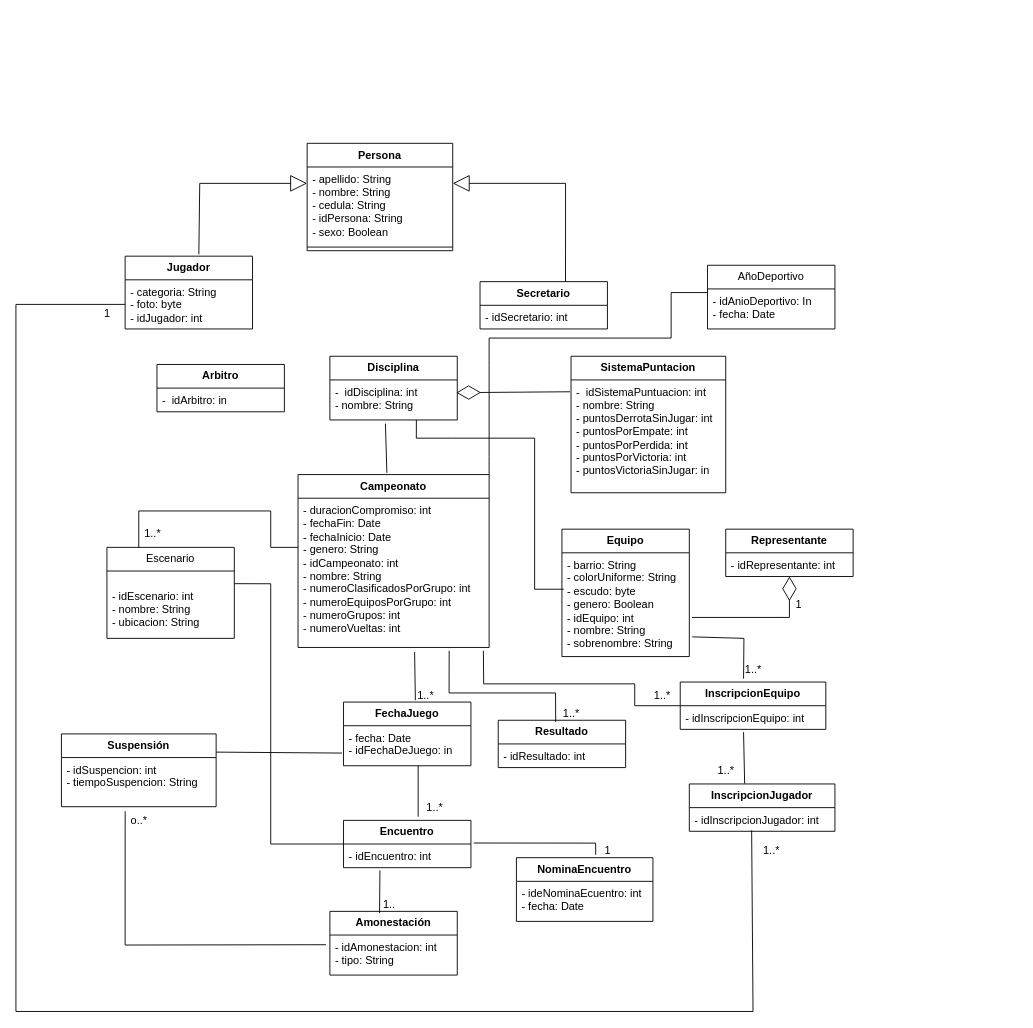
Before: Deportes_POO.drawio in Nikooll/Deportes_POO, a draw.io diagram. Source tidied: cells renumbered, new cells numbered last; positions are measured from the earlier drawing's top-left corner, leaving out a move shared by most shapes. Both pictures are drawn from the tidied source at 91%, with x=0, y=0 at pixel (15, 143).
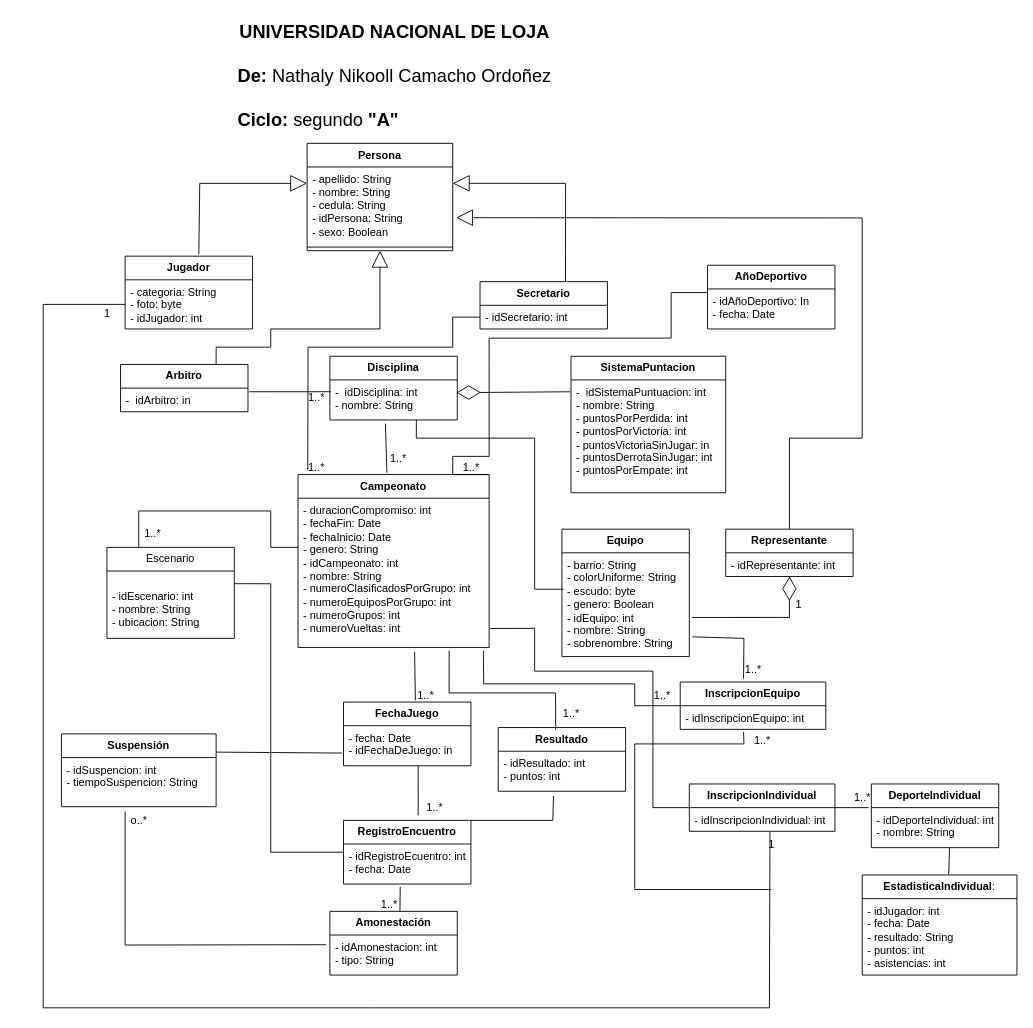
After the change.

Unchanged cells that the change refers to:
```xml
<mxCell id="2" value="Persona" style="swimlane;fontStyle=1;align=center;verticalAlign=top;horizontal=1;startSize=26;whiteSpace=wrap;html=1;" parent="1" vertex="1">
  <mxGeometry x="320" width="160" height="118" as="geometry" />
</mxCell>
<mxCell id="3" value="&lt;div&gt;- apellido: String&lt;/div&gt;&lt;div&gt;- nombre: String&lt;/div&gt;- cedula: String&lt;br&gt;- idPersona: String&lt;br&gt;- sexo: Boolean" style="text;strokeColor=none;fillColor=none;align=left;verticalAlign=top;spacingLeft=4;spacingRight=4;overflow=hidden;points=[[0,0.5],[1,0.5]];portConstraint=eastwest;whiteSpace=wrap;html=1;" parent="2" vertex="1">
  <mxGeometry y="26" width="160" height="84" as="geometry" />
</mxCell>
<mxCell id="9" value="- categoria: String&lt;br&gt;- foto: byte&lt;br&gt;- idJugador: int" style="text;strokeColor=none;fillColor=none;align=left;verticalAlign=top;spacingLeft=4;spacingRight=4;overflow=hidden;points=[[0,0.5],[1,0.5]];portConstraint=eastwest;whiteSpace=wrap;html=1;" parent="8" vertex="1">
  <mxGeometry y="26" width="140" height="54" as="geometry" />
</mxCell>
<mxCell id="11" value="- idSecretario: int" style="text;strokeColor=none;fillColor=none;align=left;verticalAlign=top;spacingLeft=4;spacingRight=4;overflow=hidden;points=[[0,0.5],[1,0.5]];portConstraint=eastwest;whiteSpace=wrap;html=1;" parent="10" vertex="1">
  <mxGeometry y="26" width="140" height="26" as="geometry" />
</mxCell>
<mxCell id="14" value="-&amp;nbsp; idDisciplina: int&lt;br&gt;- nombre: String" style="text;strokeColor=none;fillColor=none;align=left;verticalAlign=top;spacingLeft=4;spacingRight=4;overflow=hidden;points=[[0,0.5],[1,0.5]];portConstraint=eastwest;whiteSpace=wrap;html=1;" parent="13" vertex="1">
  <mxGeometry y="26" width="140" height="44" as="geometry" />
</mxCell>
<mxCell id="15" value="&lt;b&gt;SistemaPuntacion&lt;/b&gt;" style="swimlane;fontStyle=0;horizontal=1;startSize=26;fillColor=none;whiteSpace=wrap;html=1;" parent="1" vertex="1">
  <mxGeometry x="610" y="234" width="170" height="150" as="geometry" />
</mxCell>
<mxCell id="19" value="&lt;b&gt;Campeonato &lt;/b&gt;" style="swimlane;fontStyle=0;horizontal=1;startSize=26;fillColor=none;whiteSpace=wrap;html=1;" parent="1" vertex="1">
  <mxGeometry x="310" y="364" width="210" height="190" as="geometry" />
</mxCell>
<mxCell id="24" value="&lt;b&gt;Representante&lt;/b&gt;" style="swimlane;fontStyle=0;horizontal=1;startSize=26;fillColor=none;whiteSpace=wrap;html=1;" parent="1" vertex="1">
  <mxGeometry x="780" y="424" width="140" height="52" as="geometry" />
</mxCell>
<mxCell id="36" value="- idInscripcionEquipo: int" style="text;strokeColor=none;fillColor=none;align=left;verticalAlign=top;spacingLeft=4;spacingRight=4;overflow=hidden;points=[[0,0.5],[1,0.5]];portConstraint=eastwest;whiteSpace=wrap;html=1;" parent="35" vertex="1">
  <mxGeometry y="26" width="160" height="26" as="geometry" />
</mxCell>
<mxCell id="55" value="&lt;b&gt;Amonestación&lt;/b&gt;" style="swimlane;fontStyle=0;horizontal=1;startSize=26;fillColor=none;whiteSpace=wrap;html=1;" parent="1" vertex="1">
  <mxGeometry x="345" y="844" width="140" height="70" as="geometry" />
</mxCell>
```

Change to the diagram source:
```diff
@@
     <mxCell id="6" value="&lt;b&gt;Arbitro&lt;/b&gt;" style="swimlane;fontStyle=0;horizontal=1;startSize=26;fillColor=none;whiteSpace=wrap;html=1;" parent="1" vertex="1">
-      <mxGeometry x="155" y="243" width="140" height="52" as="geometry" />
+      <mxGeometry x="115" y="243" width="140" height="52" as="geometry" />
     </mxCell>
@@
-    <mxCell id="16" value="-&amp;nbsp; idSistemaPuntuacion: int&lt;br&gt;- nombre: String&lt;br&gt;- puntosDerrotaSinJugar: int&lt;br&gt;- puntosPorEmpate: int&lt;br&gt;- puntosPorPerdida: int&lt;br&gt;- puntosPorVictoria: int&lt;br&gt;- puntosVictoriaSinJugar: in" style="text;strokeColor=none;fillColor=none;align=left;verticalAlign=top;spacingLeft=4;spacingRight=4;overflow=hidden;points=[[0,0.5],[1,0.5]];portConstraint=eastwest;whiteSpace=wrap;html=1;" parent="15" vertex="1">
+    <mxCell id="16" value="-&amp;nbsp; idSistemaPuntuacion: int&lt;br&gt;- nombre: String&lt;br&gt;- puntosPorPerdida: int&lt;br&gt;- puntosPorVictoria: int&lt;br&gt;&lt;div&gt;- puntosVictoriaSinJugar: in&lt;/div&gt;&lt;div&gt;- puntosDerrotaSinJugar: int&lt;br&gt;- puntosPorEmpate: int&lt;/div&gt;" style="text;strokeColor=none;fillColor=none;align=left;verticalAlign=top;spacingLeft=4;spacingRight=4;overflow=hidden;points=[[0,0.5],[1,0.5]];portConstraint=eastwest;whiteSpace=wrap;html=1;" parent="15" vertex="1">
       <mxGeometry y="26" width="170" height="124" as="geometry" />
     </mxCell>
@@
-    <mxCell id="20" value="- duracionCompromiso: int&lt;br&gt;- fechaFin: Date&lt;br&gt;- fechaInicio: Date&lt;br&gt;- genero: String&lt;br&gt;- idCampeonato: int&lt;br&gt;- nombre: String&lt;br&gt;- numeroClasificadosPorGrupo: int&lt;br&gt;- numeroEquiposPorGrupo: int&lt;br&gt;- numeroGrupos: int&lt;br&gt;- numeroVueltas: int" style="text;strokeColor=none;fillColor=none;align=left;verticalAlign=top;spacingLeft=4;spacingRight=4;overflow=hidden;points=[[0,0.5],[1,0.5]];portConstraint=eastwest;whiteSpace=wrap;html=1;" parent="19" vertex="1">
+    <mxCell id="20" value="- duracionCompromiso: int&lt;br&gt;- fechaFin: Date&lt;br&gt;- fechaInicio: Date&lt;br&gt;- genero: String&lt;br&gt;- idCampeonato: int&lt;br&gt;- nombre: String&lt;br&gt;- numeroClasificadosPorGrupo: int&lt;br&gt;- numeroEquiposPorGrupo: int&lt;br&gt;- numeroGrupos: int&lt;br&gt;&lt;div&gt;- numeroVueltas: int&lt;/div&gt;" style="text;strokeColor=none;fillColor=none;align=left;verticalAlign=top;spacingLeft=4;spacingRight=4;overflow=hidden;points=[[0,0.5],[1,0.5]];portConstraint=eastwest;whiteSpace=wrap;html=1;" parent="19" vertex="1">
       <mxGeometry y="26" width="210" height="164" as="geometry" />
     </mxCell>
@@
     <mxCell id="31" value="&lt;b&gt;Resultado&lt;/b&gt;" style="swimlane;fontStyle=0;horizontal=1;startSize=26;fillColor=none;whiteSpace=wrap;html=1;" parent="1" vertex="1">
-      <mxGeometry x="530" y="634" width="140" height="52" as="geometry" />
+      <mxGeometry x="530" y="642" width="140" height="70" as="geometry" />
     </mxCell>
-    <mxCell id="32" value="- idResultado: int" style="text;strokeColor=none;fillColor=none;align=left;verticalAlign=top;spacingLeft=4;spacingRight=4;overflow=hidden;points=[[0,0.5],[1,0.5]];portConstraint=eastwest;whiteSpace=wrap;html=1;" parent="31" vertex="1">
-      <mxGeometry y="26" width="140" height="26" as="geometry" />
+    <mxCell id="32" value="&lt;div&gt;- idResultado: int&lt;/div&gt;&lt;div&gt;- puntos: int&lt;/div&gt;" style="text;strokeColor=none;fillColor=none;align=left;verticalAlign=top;spacingLeft=4;spacingRight=4;overflow=hidden;points=[[0,0.5],[1,0.5]];portConstraint=eastwest;whiteSpace=wrap;html=1;" parent="31" vertex="1">
+      <mxGeometry y="26" width="140" height="44" as="geometry" />
     </mxCell>
@@
-    <mxCell id="42" value="&lt;b&gt;InscripcionJugador&lt;/b&gt;" style="swimlane;fontStyle=0;horizontal=1;startSize=26;fillColor=none;whiteSpace=wrap;html=1;" parent="1" vertex="1">
+    <mxCell id="42" value="&lt;b&gt;InscripcionIndividual&lt;/b&gt;" style="swimlane;fontStyle=0;horizontal=1;startSize=26;fillColor=none;whiteSpace=wrap;html=1;" parent="1" vertex="1">
       <mxGeometry x="740" y="704" width="160" height="52" as="geometry" />
     </mxCell>
-    <mxCell id="43" value="- idInscripcionJugador: int" style="text;strokeColor=none;fillColor=none;align=left;verticalAlign=top;spacingLeft=4;spacingRight=4;overflow=hidden;points=[[0,0.5],[1,0.5]];portConstraint=eastwest;whiteSpace=wrap;html=1;" parent="42" vertex="1">
+    <mxCell id="43" value="- idInscripcionIndividual: int" style="text;strokeColor=none;fillColor=none;align=left;verticalAlign=top;spacingLeft=4;spacingRight=4;overflow=hidden;points=[[0,0.5],[1,0.5]];portConstraint=eastwest;whiteSpace=wrap;html=1;" parent="42" vertex="1">
       <mxGeometry y="26" width="160" height="26" as="geometry" />
     </mxCell>
-    <mxCell id="44" style="endArrow=none;html=1;rounded=0;exitX=0.38;exitY=-0.009;exitDx=0;exitDy=0;exitPerimeter=0;entryX=0.435;entryY=1.118;entryDx=0;entryDy=0;entryPerimeter=0;" parent="1" edge="1" source="42" target="36">
-      <mxGeometry relative="1" as="geometry" />
+    <mxCell id="44" style="endArrow=none;html=1;rounded=0;entryX=0.435;entryY=1.118;entryDx=0;entryDy=0;entryPerimeter=0;" parent="1" edge="1" target="36">
+      <mxGeometry relative="1" as="geometry">
+        <mxPoint x="830" y="820" as="sourcePoint" />
+        <Array as="points">
+          <mxPoint x="680" y="820" />
+          <mxPoint x="680" y="660" />
+          <mxPoint x="800" y="660" />
+        </Array>
+      </mxGeometry>
     </mxCell>
     <mxCell id="45" value="1..*" style="text;html=1;align=center;verticalAlign=middle;strokeColor=none;fillColor=none;" parent="1" vertex="1">
-      <mxGeometry x="760" y="674" width="40" height="30" as="geometry" />
+      <mxGeometry x="800" y="642" width="40" height="30" as="geometry" />
     </mxCell>
-    <mxCell id="46" value="&lt;b&gt;Encuentro&lt;/b&gt;" style="swimlane;fontStyle=0;horizontal=1;startSize=26;fillColor=none;whiteSpace=wrap;html=1;" parent="1" vertex="1">
-      <mxGeometry x="360" y="744" width="140" height="52" as="geometry" />
+    <mxCell id="46" value="&lt;b&gt;RegistroEncuentro&lt;/b&gt;" style="swimlane;fontStyle=0;horizontal=1;startSize=26;fillColor=none;whiteSpace=wrap;html=1;" parent="1" vertex="1">
+      <mxGeometry x="360" y="744" width="140" height="70" as="geometry" />
     </mxCell>
-    <mxCell id="47" value="- idEncuentro: int" style="text;strokeColor=none;fillColor=none;align=left;verticalAlign=top;spacingLeft=4;spacingRight=4;overflow=hidden;points=[[0,0.5],[1,0.5]];portConstraint=eastwest;whiteSpace=wrap;html=1;" parent="46" vertex="1">
-      <mxGeometry y="26" width="140" height="26" as="geometry" />
+    <mxCell id="47" value="- idRegistroEcuentro: int&lt;br&gt;- fecha: Date " style="text;strokeColor=none;fillColor=none;align=left;verticalAlign=top;spacingLeft=4;spacingRight=4;overflow=hidden;points=[[0,0.5],[1,0.5]];portConstraint=eastwest;whiteSpace=wrap;html=1;" parent="46" vertex="1">
+      <mxGeometry y="26" width="140" height="44" as="geometry" />
     </mxCell>
@@
     <mxCell id="54" style="endArrow=none;html=1;rounded=0;exitX=1.023;exitY=0.215;exitDx=0;exitDy=0;exitPerimeter=0;entryX=0;entryY=0.5;entryDx=0;entryDy=0;" parent="1" edge="1" target="46">
       <mxGeometry relative="1" as="geometry">
         <mxPoint x="240" y="483.9" as="sourcePoint" />
         <Array as="points">
           <mxPoint x="280" y="484" />
-          <mxPoint x="280" y="770" />
+          <mxPoint x="280" y="779" />
         </Array>
       </mxGeometry>
     </mxCell>
@@
-    <mxCell id="57" style="endArrow=none;html=1;rounded=0;exitX=0.39;exitY=0.027;exitDx=0;exitDy=0;exitPerimeter=0;" parent="1" edge="1" source="55">
+    <mxCell id="57" style="endArrow=none;html=1;rounded=0;entryX=0.445;entryY=1.064;entryDx=0;entryDy=0;entryPerimeter=0;" parent="1" edge="1" target="47">
       <mxGeometry relative="1" as="geometry">
-        <mxPoint x="400" y="799" as="targetPoint" />
+        <mxPoint x="422" y="844" as="sourcePoint" />
       </mxGeometry>
     </mxCell>
-    <mxCell id="58" value="1.." style="text;html=1;align=center;verticalAlign=middle;strokeColor=none;fillColor=none;" parent="1" vertex="1">
+    <mxCell id="58" value="1..*" style="text;html=1;align=center;verticalAlign=middle;strokeColor=none;fillColor=none;" parent="1" vertex="1">
       <mxGeometry x="390" y="822" width="40" height="30" as="geometry" />
     </mxCell>
@@
-    <mxCell id="64" value="&lt;b&gt;NominaEncuentro&lt;/b&gt;" style="swimlane;fontStyle=0;horizontal=1;startSize=26;fillColor=none;whiteSpace=wrap;html=1;" parent="1" vertex="1">
-      <mxGeometry x="550" y="785" width="150" height="70" as="geometry" />
-    </mxCell>
-    <mxCell id="65" value="- ideNominaEcuentro: int&lt;br&gt;- fecha: Date " style="text;strokeColor=none;fillColor=none;align=left;verticalAlign=top;spacingLeft=4;spacingRight=4;overflow=hidden;whiteSpace=wrap;html=1;" parent="64" vertex="1">
-      <mxGeometry y="26" width="150" height="44" as="geometry" />
-    </mxCell>
-    <mxCell id="66" style="endArrow=none;html=1;rounded=0;exitX=1.022;exitY=-0.043;exitDx=0;exitDy=0;exitPerimeter=0;entryX=0.581;entryY=-0.045;entryDx=0;entryDy=0;entryPerimeter=0;" parent="1" edge="1" source="47" target="64">
-      <mxGeometry relative="1" as="geometry">
-        <Array as="points">
-          <mxPoint x="637" y="769" />
-        </Array>
-      </mxGeometry>
-    </mxCell>
-    <mxCell id="67" value="1" style="text;html=1;align=center;verticalAlign=middle;strokeColor=none;fillColor=none;" parent="1" vertex="1">
-      <mxGeometry x="635" y="762" width="30" height="30" as="geometry" />
-    </mxCell>
-    <mxCell id="68" value="AñoDeportivo" style="swimlane;fontStyle=0;horizontal=1;startSize=26;fillColor=none;whiteSpace=wrap;html=1;" parent="1" vertex="1">
+    <mxCell id="68" value="&lt;b&gt;AñoDeportivo&lt;/b&gt;" style="swimlane;fontStyle=0;horizontal=1;startSize=26;fillColor=none;whiteSpace=wrap;html=1;" parent="1" vertex="1">
       <mxGeometry x="760" y="134" width="140" height="70" as="geometry" />
     </mxCell>
-    <mxCell id="69" value="&lt;div&gt;- idAnioDeportivo: In&lt;/div&gt;&lt;div&gt;- fecha: Date&lt;b&gt;&lt;br&gt;&lt;/b&gt;&lt;/div&gt;" style="text;strokeColor=none;fillColor=none;align=left;verticalAlign=top;spacingLeft=4;spacingRight=4;overflow=hidden;points=[[0,0.5],[1,0.5]];portConstraint=eastwest;whiteSpace=wrap;html=1;" parent="68" vertex="1">
+    <mxCell id="69" value="&lt;div&gt;- idAñoDeportivo: In&lt;/div&gt;&lt;div&gt;- fecha: Date&lt;b&gt;&lt;br&gt;&lt;/b&gt;&lt;/div&gt;" style="text;strokeColor=none;fillColor=none;align=left;verticalAlign=top;spacingLeft=4;spacingRight=4;overflow=hidden;points=[[0,0.5],[1,0.5]];portConstraint=eastwest;whiteSpace=wrap;html=1;" parent="68" vertex="1">
       <mxGeometry y="26" width="140" height="44" as="geometry" />
     </mxCell>
     <mxCell id="70" style="endArrow=none;html=1;rounded=0;entryX=0;entryY=0.091;entryDx=0;entryDy=0;entryPerimeter=0;" parent="1" edge="1" target="69">
       <mxGeometry relative="1" as="geometry">
         <mxPoint x="520" y="364" as="sourcePoint" />
         <Array as="points">
           <mxPoint x="520" y="364" />
+          <mxPoint x="480" y="364" />
+          <mxPoint x="480" y="344" />
           <mxPoint x="520" y="344" />
           <mxPoint x="520" y="244" />
           <mxPoint x="520" y="214" />
           <mxPoint x="720" y="214" />
           <mxPoint x="720" y="164" />
         </Array>
       </mxGeometry>
     </mxCell>
-    <mxCell id="71" style="endArrow=none;html=1;rounded=0;exitX=0;exitY=0.5;exitDx=0;exitDy=0;entryX=0.428;entryY=0.962;entryDx=0;entryDy=0;entryPerimeter=0;" parent="1" edge="1" source="9" target="43">
+    <mxCell id="71" style="endArrow=none;html=1;rounded=0;exitX=0;exitY=0.5;exitDx=0;exitDy=0;entryX=0.454;entryY=0.018;entryDx=0;entryDy=0;entryPerimeter=0;" parent="1" edge="1" source="9" target="72">
       <mxGeometry relative="1" as="geometry">
         <Array as="points">
-          <mxPoint y="177" />
-          <mxPoint y="954" />
-          <mxPoint x="810" y="954" />
+          <mxPoint x="30" y="177" />
+          <mxPoint x="30" y="550" />
+          <mxPoint x="30" y="950" />
+          <mxPoint x="390" y="950" />
+          <mxPoint x="828" y="950" />
         </Array>
       </mxGeometry>
     </mxCell>
-    <mxCell id="72" value="1..*" style="text;html=1;align=center;verticalAlign=middle;points=[];strokeColor=none;fillColor=none;" parent="1" vertex="1">
-      <mxGeometry x="810" y="762" width="40" height="30" as="geometry" />
+    <mxCell id="72" value="1" style="text;html=1;align=center;verticalAlign=middle;points=[];strokeColor=none;fillColor=none;" parent="1" vertex="1">
+      <mxGeometry x="815" y="756" width="30" height="30" as="geometry" />
     </mxCell>
@@
+    <mxCell id="74" style="endArrow=block;endSize=16;endFill=0;html=1;rounded=0;entryX=0.5;entryY=1;entryDx=0;entryDy=0;exitX=0.75;exitY=0;exitDx=0;exitDy=0;" parent="1" edge="1" source="6" target="2">
+      <mxGeometry relative="1" as="geometry">
+        <Array as="points">
+          <mxPoint x="220" y="224" />
+          <mxPoint x="280" y="224" />
+          <mxPoint x="280" y="204" />
+          <mxPoint x="400" y="204" />
+        </Array>
+      </mxGeometry>
+    </mxCell>
+    <mxCell id="75" style="endArrow=none;html=1;rounded=0;entryX=0.009;entryY=0.295;entryDx=0;entryDy=0;entryPerimeter=0;" parent="1" edge="1" target="14">
+      <mxGeometry relative="1" as="geometry">
+        <mxPoint x="256" y="273" as="sourcePoint" />
+      </mxGeometry>
+    </mxCell>
+    <mxCell id="76" value="1..*" style="text;html=1;align=center;verticalAlign=middle;strokeColor=none;fillColor=none;" parent="1" vertex="1">
+      <mxGeometry x="310" y="265" width="40" height="30" as="geometry" />
+    </mxCell>
+    <mxCell id="77" value="1..*" style="text;html=1;align=center;verticalAlign=middle;strokeColor=none;fillColor=none;" parent="1" vertex="1">
+      <mxGeometry x="400" y="332" width="40" height="30" as="geometry" />
+    </mxCell>
+    <mxCell id="78" value="1..*" style="text;html=1;align=center;verticalAlign=middle;strokeColor=none;fillColor=none;" parent="1" vertex="1">
+      <mxGeometry x="480" y="342" width="40" height="30" as="geometry" />
+    </mxCell>
+    <mxCell id="79" style="endArrow=none;html=1;rounded=0;exitX=0;exitY=0.5;exitDx=0;exitDy=0;entryX=0.051;entryY=-0.025;entryDx=0;entryDy=0;entryPerimeter=0;" parent="1" edge="1" source="11" target="19">
+      <mxGeometry relative="1" as="geometry">
+        <Array as="points">
+          <mxPoint x="480" y="191" />
+          <mxPoint x="480" y="224" />
+          <mxPoint x="321" y="224" />
+        </Array>
+      </mxGeometry>
+    </mxCell>
+    <mxCell id="80" value="1..*" style="text;html=1;align=center;verticalAlign=middle;strokeColor=none;fillColor=none;" parent="1" vertex="1">
+      <mxGeometry x="310" y="342" width="40" height="30" as="geometry" />
+    </mxCell>
+    <mxCell id="81" value="&lt;div align=&quot;center&quot;&gt;&lt;font style=&quot;font-size: 20px;&quot;&gt;&lt;b&gt;UNIVERSIDAD NACIONAL DE LOJA&lt;br&gt;&lt;/b&gt;&lt;/font&gt;&lt;/div&gt;&lt;div&gt;&lt;font style=&quot;font-size: 20px;&quot;&gt;&lt;b&gt;&lt;br&gt;&lt;/b&gt;&lt;/font&gt;&lt;/div&gt;&lt;div&gt;&lt;font style=&quot;font-size: 20px;&quot;&gt;&lt;b&gt;De: &lt;/b&gt;Nathaly Nikooll Camacho Ordoñez&lt;/font&gt;&lt;/div&gt;&lt;div&gt;&lt;font style=&quot;font-size: 20px;&quot;&gt;&lt;br&gt;&lt;/font&gt;&lt;/div&gt;&lt;div&gt;&lt;font style=&quot;font-size: 20px;&quot;&gt;&lt;b&gt;Ciclo:&lt;/b&gt; segundo&lt;b&gt; &quot;A&quot;&lt;br&gt;&lt;/b&gt;&lt;/font&gt;&lt;/div&gt;" style="text;strokeColor=none;fillColor=none;align=left;verticalAlign=middle;spacingLeft=4;spacingRight=4;overflow=hidden;whiteSpace=wrap;html=1;" parent="1" vertex="1">
+      <mxGeometry x="237.5" y="-140" width="355" height="130" as="geometry" />
+    </mxCell>
+    <mxCell id="82" style="endArrow=block;endSize=16;endFill=0;html=1;rounded=0;entryX=1.023;entryY=0.663;entryDx=0;entryDy=0;entryPerimeter=0;exitX=0.5;exitY=0;exitDx=0;exitDy=0;" parent="1" edge="1" source="24" target="3">
+      <mxGeometry relative="1" as="geometry">
+        <Array as="points">
+          <mxPoint x="850" y="324" />
+          <mxPoint x="930" y="324" />
+          <mxPoint x="930" y="82" />
+        </Array>
+      </mxGeometry>
+    </mxCell>
+    <mxCell id="83" style="endArrow=none;html=1;rounded=0;exitX=1;exitY=0;exitDx=0;exitDy=0;entryX=0.434;entryY=1.115;entryDx=0;entryDy=0;entryPerimeter=0;" parent="1" edge="1" source="46" target="32">
+      <mxGeometry relative="1" as="geometry">
+        <Array as="points">
+          <mxPoint x="590" y="744" />
+        </Array>
+      </mxGeometry>
+    </mxCell>
+    <mxCell id="84" style="endArrow=none;html=1;rounded=0;exitX=0;exitY=0.5;exitDx=0;exitDy=0;entryX=1.005;entryY=0.873;entryDx=0;entryDy=0;entryPerimeter=0;" parent="1" edge="1" source="42" target="20">
+      <mxGeometry relative="1" as="geometry">
+        <Array as="points">
+          <mxPoint x="700" y="730" />
+          <mxPoint x="700" y="580" />
+          <mxPoint x="570" y="580" />
+          <mxPoint x="570" y="533" />
+        </Array>
+      </mxGeometry>
+    </mxCell>
+    <mxCell id="85" value="&lt;b&gt;DeporteIndividual&lt;/b&gt;" style="swimlane;fontStyle=0;horizontal=1;startSize=26;fillColor=none;whiteSpace=wrap;html=1;" parent="1" vertex="1">
+      <mxGeometry x="940" y="704" width="140" height="70" as="geometry" />
+    </mxCell>
+    <mxCell id="86" value="- idDeporteIndividual: int &lt;br&gt;- nombre: String " style="text;strokeColor=none;fillColor=none;align=left;verticalAlign=top;spacingLeft=4;spacingRight=4;overflow=hidden;points=[[0,0.5],[1,0.5]];portConstraint=eastwest;whiteSpace=wrap;html=1;" parent="85" vertex="1">
+      <mxGeometry y="26" width="140" height="44" as="geometry" />
+    </mxCell>
+    <mxCell id="87" style="endArrow=none;html=1;rounded=0;exitX=1;exitY=0.5;exitDx=0;exitDy=0;" parent="1" edge="1" source="42">
+      <mxGeometry relative="1" as="geometry">
+        <mxPoint x="937" y="730" as="targetPoint" />
+      </mxGeometry>
+    </mxCell>
+    <mxCell id="88" value="1..*" style="text;html=1;align=center;verticalAlign=middle;strokeColor=none;fillColor=none;" parent="1" vertex="1">
+      <mxGeometry x="910" y="704" width="40" height="30" as="geometry" />
+    </mxCell>
+    <mxCell id="89" value="&lt;strong&gt;EstadisticaIndividual&lt;/strong&gt;:" style="swimlane;fontStyle=0;horizontal=1;startSize=26;fillColor=none;whiteSpace=wrap;html=1;" parent="1" vertex="1">
+      <mxGeometry x="930" y="804" width="170" height="110" as="geometry" />
+    </mxCell>
+    <mxCell id="90" value="&lt;div&gt;- idJugador: int&lt;/div&gt;&lt;div&gt;- fecha: Date&lt;/div&gt;&lt;div&gt;- resultado: String&lt;/div&gt;&lt;div&gt;- puntos: int&lt;/div&gt;&lt;div&gt;- asistencias: int &lt;/div&gt;" style="text;strokeColor=none;fillColor=none;align=left;verticalAlign=top;spacingLeft=4;spacingRight=4;overflow=hidden;whiteSpace=wrap;html=1;" parent="89" vertex="1">
+      <mxGeometry y="26" width="170" height="84" as="geometry" />
+    </mxCell>
+    <mxCell id="91" style="endArrow=none;html=1;rounded=0;exitX=0.559;exitY=-0.009;exitDx=0;exitDy=0;exitPerimeter=0;entryX=0.614;entryY=1;entryDx=0;entryDy=0;entryPerimeter=0;" parent="1" edge="1" source="89" target="86">
+      <mxGeometry relative="1" as="geometry" />
+    </mxCell>
```
